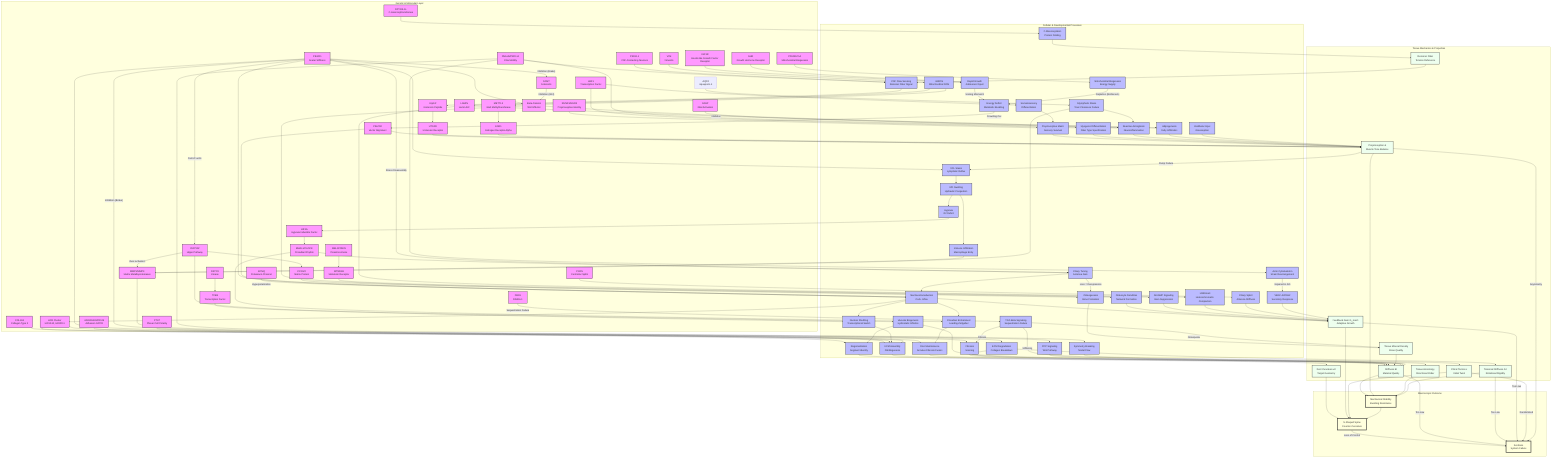
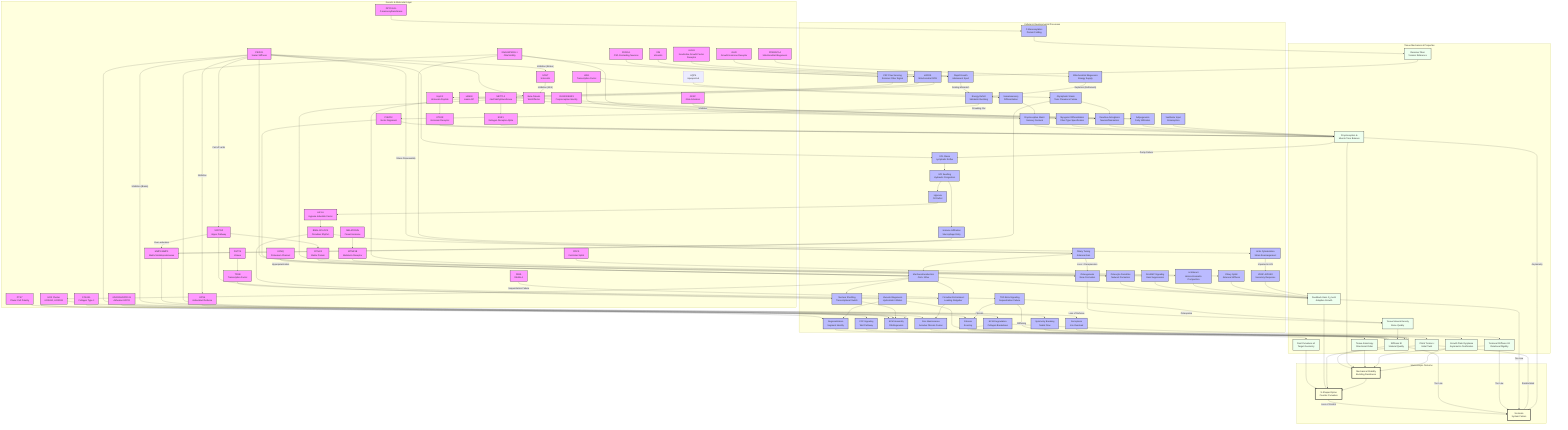
graph TD
    %% Subgraphs for Organization
    subgraph Genetics [Genetic & Molecular Layer]
        HOX[HOX Cluster<br/>HOXA10, HOXD11]
        COL[COL2A1<br/>Collagen Type II]
        PIEZO1[PIEZO1<br/>Scalar Stiffness]
        PIEZO2[PIEZO2<br/>Vector Alignment]
        CILIA[DNAH5/PKD1L1<br/>Cilia Motility]
        LBX1[LBX1<br/>Transcription Factor]
        ADGRG6[ADGRG6/GPR126<br/>Adhesion GPCR]
        PTK7[PTK7<br/>Planar Cell Polarity]
        YAP[YAP/TAZ<br/>Hippo Pathway]
        PKD2L1[PKD2L1<br/>CSF-Contacting Neurons]
        MMP[MMP1/MMP3<br/>Matrix Metalloproteinases]
        URP[Urp1/2<br/>Urotensin Peptide]
        UTS2R[UTS2R<br/>Urotensin Receptor]
        GFAP[GFAP<br/>Glial Activation]
        VIM[VIM<br/>Vimentin]
        LAMIN[LAMIN<br/>Lamin A/C]
        BMAL1[BMAL1/CLOCK<br/>Circadian Rhythm]
        RUNX3[RUNX3/EGR3<br/>Proprioceptive Identity]
        METTL3[METTL3<br/>m6A Methyltransferase]
        ESR1[ESR1<br/>Estrogen Receptor Alpha]
        AQP4[AQP4<br/>Aquaporin-4]
        MELATONIN[MELATONIN<br/>Pineal Hormone]
        MT2[MTNR1B<br/>Melatonin Receptor]
        HIF1A[HIF1A<br/>Hypoxia Inducible Factor]
        POC5[POC5<br/>Centriolar Splint]
        DSTYK[DSTYK<br/>Kinase]
        TFEB[TFEB<br/>Transcription Factor]
        Beta_Catenin[Beta-Catenin<br/>Wnt Effector]
        DPY19L1L[DPY19L1L<br/>C-mannosyltransferase]
        IGF1R[IGF1R<br/>Insulin-like Growth Factor Receptor]
        GHR[GHR<br/>Growth Hormone Receptor]
        SOST[SOST<br/>Sclerostin]
        FBN1[FBN1<br/>Fibrillin-1]
        CCN[CCN1/2<br/>Matrix Protein]
        PPARGC1A[PPARGC1A<br/>Mitochondrial Biogenesis]
        KCNQ[KCNQ<br/>Potassium Channel]
+         GPX4[GPX4<br/>Antioxidant Defense]
    end

    subgraph Processes [Cellular & Developmental Processes]
        Astrogliosis[Reactive Astrogliosis<br/>Neuroinflammation]
        Region[Regionalization<br/>Segment Identity]
        ECM_Assembly[ECM Assembly<br/>Fibrillogenesis]
        Nucl_Shuttle[Nuclear Shuttling<br/>Transcriptional Switch]
        Mech_Trans[Mechanotransduction<br/>Ca2+ Influx]
        Sym_Break[Symmetry Breaking<br/>Nodal Flow]
        CSF_Sensing[CSF Flow Sensing<br/>Reissner Fiber Signal]
        Neur_Diff[Somatosensory<br/>Differentiation]
        Muscle_Diff[Myogenic Differentiation<br/>Fiber Type Specification]
        Disc_Maint[Disc Maintenance<br/>Annulus Fibrosis Fusion]
        PCP_Sig[PCP Signaling<br/>Wnt Pathway]
        Degradation[ECM Degradation<br/>Collagen Breakdown]
        mtROS[mtROS<br/>Mitochondrial ROS]
        Adipogenesis[Adipogenesis<br/>Fatty Infiltration]
        Hydraulic_Congestion[IVD Swelling<br/>Hydraulic Congestion]
        Immune_Infilt[Immune Infiltration<br/>Macrophage Entry]
        Circadian_Entrain[Circadian Entrainment<br/>Loading Zeitgeber]
        Proprio_Maint[Proprioceptive Maint.<br/>Sensory Survival]
        H3K9me3[H3K9me3<br/>Heterochromatin Compaction]
        VCL_Stasis[VCL Stasis<br/>Lymphatic Reflux]
        Glymphatic_Stasis[Glymphatic Stasis<br/>Toxic Clearance Failure]
        Vestibular_Input[Vestibular Input<br/>Graviception]
        Gi_cAMP[Gi/cAMP Signaling<br/>Gain Suppression]
        Ciliary_Tuning[Ciliary Tuning<br/>Antenna Gain]
        Hypoxia[Hypoxia<br/>O2 Deficit]
        Osteogenesis[Osteogenesis<br/>Bone Formation]
        Ciliary_Splint[Ciliary Splint<br/>Antenna Stiffness]
        Vacuole_Biogenesis[Vacuole Biogenesis<br/>Hydrostatic Inflation]
        C_Mannosylation[C-Mannosylation<br/>Protein Folding]
        Rapid_Growth[Rapid Growth<br/>Adolescent Spurt]
        Energy_Deficit[Energy Deficit<br/>Metabolic Buckling]
        mtBiogenesis[Mitochondrial Biogenesis<br/>Energy Supply]
        Fibrosis[Fibrosis<br/>Scarring]
        TGFB[TGF-Beta Signaling<br/>Sequestration Failure]
        Osteocyte_Dendrite[Osteocyte Dendrites<br/>Network Formation]
        Actin_Dynamics[Actin Cytoskeleton<br/>Strain Rearrangement]
        VEGF_A[VEGF-A/PGE2<br/>Secretory Response]
+         Ferroptosis[Ferroptosis<br/>Iron Overload]
    end

    subgraph Tissue [Tissue Mechanics & Properties]
        Rest_Kappa[Rest Curvature κ0<br/>Target Geometry]
        Stiffness[Stiffness EI<br/>Material Quality]
        Torsional_Stiffness[Torsional Stiffness GJ<br/>Rotational Rigidity]
        Gain[Feedback Gain G_mech<br/>Adaptive Growth]
        Torsion[Chiral Torsion ε<br/>Initial Twist]
        Muscle_Tone[Proprioception &<br/>Muscle Tone Balance]
        Anisotropy[Tissue Anisotropy<br/>Directional Order]
        TMD[Tissue Mineral Density<br/>Bone Quality]
        Reissner_Fiber[Reissner Fiber<br/>Tension Reference]
+         Growth_Plate_Dysplasia[Growth Plate Dysplasia<br/>Asymmetric Ossification]
    end

    subgraph Outcome [Macroscopic Outcome]
        S_Curve[S-Shaped Spine<br/>Counter-Curvature]
        Stability[Mechanical Stability<br/>Buckling Resistance]
        Scoliosis[Scoliosis<br/>System Failure]
    end

    %% Connections
    HOX --> Region
    Region --> Rest_Kappa
    Rest_Kappa --> S_Curve

    COL --> ECM_Assembly
    ECM_Assembly --> Stiffness
    Stiffness --> Stability

    PIEZO1 --> Mech_Trans
    PIEZO2 --> Mech_Trans
    Mech_Trans --> Gain
    Gain --> S_Curve

    %% NEW ARC: Piezo Duality (Vector-Scalar Mismatch)
    PIEZO1 --> ECM_Assembly
    PIEZO2 --> Muscle_Tone

    CILIA --> Sym_Break
    Sym_Break --> Torsion
    Torsion --> S_Curve

    LBX1 --> Neur_Diff
    LBX1 --> Muscle_Diff
    Neur_Diff --> Proprio_Maint
    Proprio_Maint --> Muscle_Tone
    Muscle_Diff --> Muscle_Tone
    Muscle_Tone --> Stability

    %% NEW ARC: Proprioceptive Maintenance
    RUNX3 --> Proprio_Maint

    %% NEW ARC: ADGRG6
    ADGRG6 --> Disc_Maint
    Disc_Maint --> Stiffness

    %% NEW ARC: PTK7
    PTK7 --> PCP_Sig
    PCP_Sig --> Anisotropy
    Anisotropy --> Stability

    %% NEW ARC: YAP/TAZ
    YAP --> Nucl_Shuttle
    Nucl_Shuttle --> ECM_Assembly
    Mech_Trans --> Nucl_Shuttle

    %% NEW ARC: Osteocyte Dendrite Cost Mechanism (Hu et al. 2025)
    YAP --> CCN
    CCN --> Osteocyte_Dendrite
    Osteocyte_Dendrite --> Gain

    %% NEW ARC: CSF/Reissner Fiber
    CILIA --> CSF_Sensing
    PKD2L1 --> CSF_Sensing
    CSF_Sensing --> URP
    URP --> UTS2R
    UTS2R --> Muscle_Tone

    %% NEW ARC: MMP Degradation
    MMP --> Degradation
    Degradation --> Stiffness

    %% NEW ARC: Neuro-Inflammatory Pathway
    CILIA --> Astrogliosis
    GFAP --> Astrogliosis
    Astrogliosis --> Muscle_Tone

    %% NEW ARC: Vimentin Metabolic Switch
    VIM --> mtROS
    mtROS --> LAMIN
    LAMIN --> Adipogenesis
    Adipogenesis --> Muscle_Tone

    %% NEW ARC: Inflamed Torsion
    Hydraulic_Congestion --> Immune_Infilt
    Immune_Infilt --> MMP
    Degradation --> Torsional_Stiffness
    Torsional_Stiffness --> Stability

    %% NEW ARC: Glymphatic Stasis
    AQP4 --> Glymphatic_Stasis
    Glymphatic_Stasis --> Astrogliosis

    %% NEW ARC: Glymphatic-MMP Axis (Chen et al., 2025)
    Glymphatic_Stasis --> MMP

    %% NEW ARC: Melatonin Gain Control
    MELATONIN --> MT2
    MT2 --> Gi_cAMP
    Gi_cAMP --> Gain

    %% NEW ARC: Vestibular Asymmetry
    Vestibular_Input --> Muscle_Tone

    %% Cross-Talk and Failures
    Stability --> S_Curve
    S_Curve -- "Loss of Control" --> Scoliosis
    Stiffness -- "Too Low" --> Scoliosis
    Torsional_Stiffness -- "Too Low" --> Scoliosis
    Gain -- "Too Low" --> Scoliosis
    Torsion -- "Randomized" --> Scoliosis
    Muscle_Tone -- "Asymmetry" --> Scoliosis

    %% Styling
    classDef gene fill:#f9f,stroke:#333,stroke-width:2px;
    classDef process fill:#bbf,stroke:#333,stroke-width:2px;
    classDef tissue fill:#efe,stroke:#333,stroke-width:2px;
    classDef outcome fill:#ffd,stroke:#333,stroke-width:4px;

    %% NEW ARC: Spinal Jetlag
    BMAL1 --> Circadian_Entrain
    Mech_Trans --> Circadian_Entrain
    Circadian_Entrain --> Disc_Maint

    %% NEW ARC: Tunable Antenna (Miyoshi et al., 2024)
    BMAL1 --> Ciliary_Tuning
    Ciliary_Tuning --> Mech_Trans

    %% NEW ARC: Epigenetic Asymmetry
    mtROS --> METTL3
    METTL3 --> ESR1
    ESR1 --> Muscle_Tone

    %% NEW ARC: Nuclear Stiffness (Scalar Senescence)
    LAMIN --> H3K9me3
    H3K9me3 --> Gain

    %% NEW ARC: Lymphatic Drainage Pathway (VCL)
    Muscle_Tone -- "Pump Failure" --> VCL_Stasis
    VCL_Stasis --> Hydraulic_Congestion

    %% NEW ARC: Hypoxic Clock Block (HIF1A)
    Hydraulic_Congestion --> Hypoxia
    Hypoxia --> HIF1A
    HIF1A --> BMAL1

    %% NEW ARC: Tension-Dependent Identity (HOX)
    Mech_Trans --> HOX
    HOX --> ECM_Assembly

    %% NEW ARC: Bone Mineralization (Ramli et al., 2024)
    %% PIEZO1 --> Osteogenesis (Replaced by BMSC Switch below)
    Osteogenesis --> TMD
    TMD --> Stiffness

    %% NEW ARC: BMSC Fate Switch (Li et al., 2023)
    PIEZO1 --> Beta_Catenin
    Beta_Catenin --> Osteogenesis
    Beta_Catenin -- "Inhibition" --> Adipogenesis

    %% NEW ARC: Centriolar Splint (POC5)
    POC5 --> Ciliary_Splint
    Ciliary_Splint --> Gain

    %% NEW ARC: Hydrostatic Skeleton (DSTYK/TFEB)
    DSTYK --> TFEB
    TFEB --> Vacuole_Biogenesis
    Vacuole_Biogenesis --> Stiffness
    Vacuole_Biogenesis --> Region

    %% NEW ARC: Piezo-Cilia Stress Lock (Chen et al., 2025)
    PIEZO1 -- "Stress Disassembly" --> Ciliary_Tuning
    Ciliary_Tuning -- "Loss = Derepression" --> Osteogenesis

    %% NEW ARC: Sweet String Pathway (DPY19L1L)
    DPY19L1L --> C_Mannosylation
    C_Mannosylation --> Reissner_Fiber
    Reissner_Fiber --> CSF_Sensing

    %% NEW ARC: Metabolic Buckling Pathway
    IGF1R --> Rapid_Growth
    GHR --> Rapid_Growth
    Rapid_Growth -- "Scaling Mismatch" --> Energy_Deficit
    Energy_Deficit -- "Crowding Out" --> PIEZO2
    PPARGC1A --> mtBiogenesis
    mtBiogenesis -- "Depletion (Bottleneck)" --> Energy_Deficit

    %% NEW ARC: Piezo-Lymphatic Baroreflex
    PIEZO1 --> VCL_Stasis

    %% NEW ARC: Piezo-Fibrosis Brake (Rashidi et al., 2025)
    PIEZO1 -- "Inhibition (Brake)" --> Fibrosis
    Fibrosis --> Stiffness

    %% NEW ARC: Sclerostin Brake (Vasiliadis 2021)
    PIEZO1 -- "Inhibition (Brake)" --> SOST
    SOST -- "Inhibition (Wnt)" --> Beta_Catenin

    %% NEW ARC: PIEZO1-YAP Disc Degeneration Axis (Peng et al., 2025)
    PIEZO1 -- "Ca2+/F-actin" --> YAP
    YAP -- "Over-activation" --> MMP

    %% NEW ARC: Fibrillin-TGFB Tether (Marfanoid Mechanism)
    FBN1 -- "Sequestration Failure" --> TGFB
    TGFB -- "Osteopenia" --> TMD
    TGFB -- "Fibrosis" --> Fibrosis
    TGFB -- "Stiffening" --> Stiffness

    %% NEW ARC: Osteoblast Mechanotransduction Defect (Oliazadeh et al., 2022)
    CILIA --> Actin_Dynamics
    Actin_Dynamics -- "Impaired in AIS" --> VEGF_A
    VEGF_A --> Gain

    %% NEW ARC: Voltage Gain (Sánchez-Carranza et al., 2024)
    KCNQ -- "Hyperpolarization" --> Mech_Trans

-     class HOX,COL,PIEZO1,PIEZO2,CILIA,LBX1,ADGRG6,PTK7,YAP,PKD2L1,MMP,URP,UTS2R,GFAP,VIM,LAMIN,BMAL1,RUNX3,METTL3,ESR1,MELATONIN,MT2,HIF1A,POC5,DSTYK,TFEB,Beta_Catenin,DPY19L1L,IGF1R,GHR,SOST,FBN1,CCN,PPARGC1A,KCNQ gene;
-     class Region,ECM_Assembly,Mech_Trans,Sym_Break,Neur_Diff,Muscle_Diff,Disc_Maint,PCP_Sig,Nucl_Shuttle,CSF_Sensing,Degradation,Astrogliosis,mtROS,Adipogenesis,Hydraulic_Congestion,Immune_Infilt,Circadian_Entrain,Proprio_Maint,H3K9me3,VCL_Stasis,Glymphatic_Stasis,Vestibular_Input,Gi_cAMP,Ciliary_Tuning,Hypoxia,Osteogenesis,Ciliary_Splint,Vacuole_Biogenesis,C_Mannosylation,Rapid_Growth,Energy_Deficit,mtBiogenesis,Fibrosis,TGFB,Osteocyte_Dendrite,Actin_Dynamics,VEGF_A process;
-     class Rest_Kappa,Stiffness,Torsional_Stiffness,Gain,Torsion,Muscle_Tone,Anisotropy,TMD,Reissner_Fiber tissue;
+     %% NEW ARC: PIEZO1-GPX4 Ferroptosis Axis (Chen et al., 2025)
+     PIEZO1 -- "Inhibition" --> GPX4
+     GPX4 -- "Loss of Defense" --> Ferroptosis
+     Ferroptosis --> Growth_Plate_Dysplasia
+     Growth_Plate_Dysplasia --> Stability
+ 
+     class HOX,COL,PIEZO1,PIEZO2,CILIA,LBX1,ADGRG6,PTK7,YAP,PKD2L1,MMP,URP,UTS2R,GFAP,VIM,LAMIN,BMAL1,RUNX3,METTL3,ESR1,MELATONIN,MT2,HIF1A,POC5,DSTYK,TFEB,Beta_Catenin,DPY19L1L,IGF1R,GHR,SOST,FBN1,CCN,PPARGC1A,KCNQ,GPX4 gene;
+     class Region,ECM_Assembly,Mech_Trans,Sym_Break,Neur_Diff,Muscle_Diff,Disc_Maint,PCP_Sig,Nucl_Shuttle,CSF_Sensing,Degradation,Astrogliosis,mtROS,Adipogenesis,Hydraulic_Congestion,Immune_Infilt,Circadian_Entrain,Proprio_Maint,H3K9me3,VCL_Stasis,Glymphatic_Stasis,Vestibular_Input,Gi_cAMP,Ciliary_Tuning,Hypoxia,Osteogenesis,Ciliary_Splint,Vacuole_Biogenesis,C_Mannosylation,Rapid_Growth,Energy_Deficit,mtBiogenesis,Fibrosis,TGFB,Osteocyte_Dendrite,Actin_Dynamics,VEGF_A,Ferroptosis process;
+     class Rest_Kappa,Stiffness,Torsional_Stiffness,Gain,Torsion,Muscle_Tone,Anisotropy,TMD,Reissner_Fiber,Growth_Plate_Dysplasia tissue;
    class S_Curve,Stability,Scoliosis outcome;
